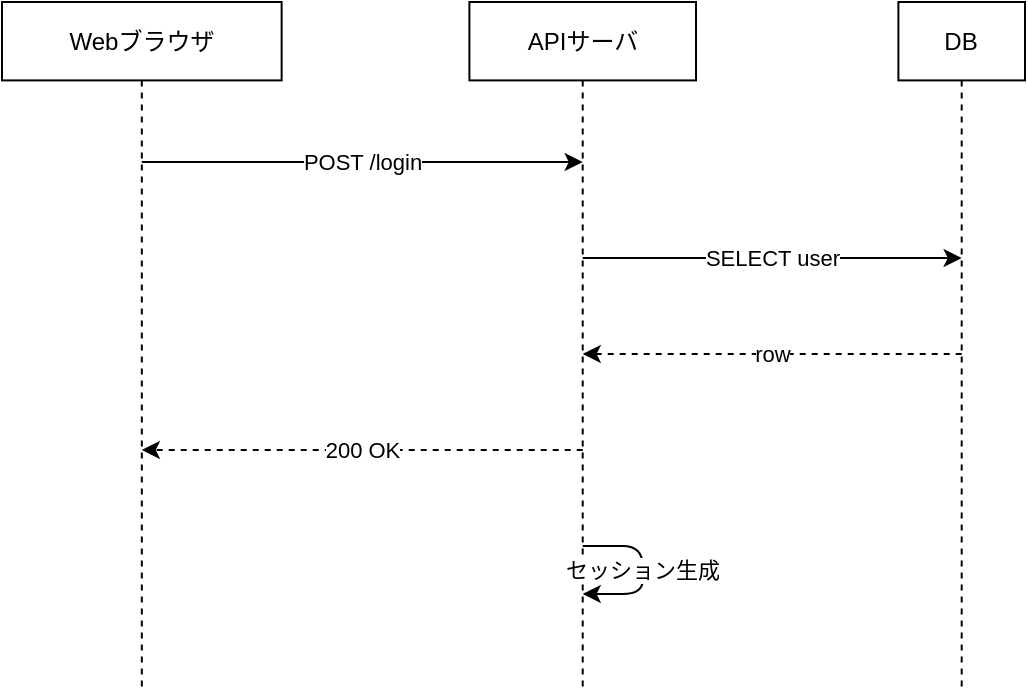
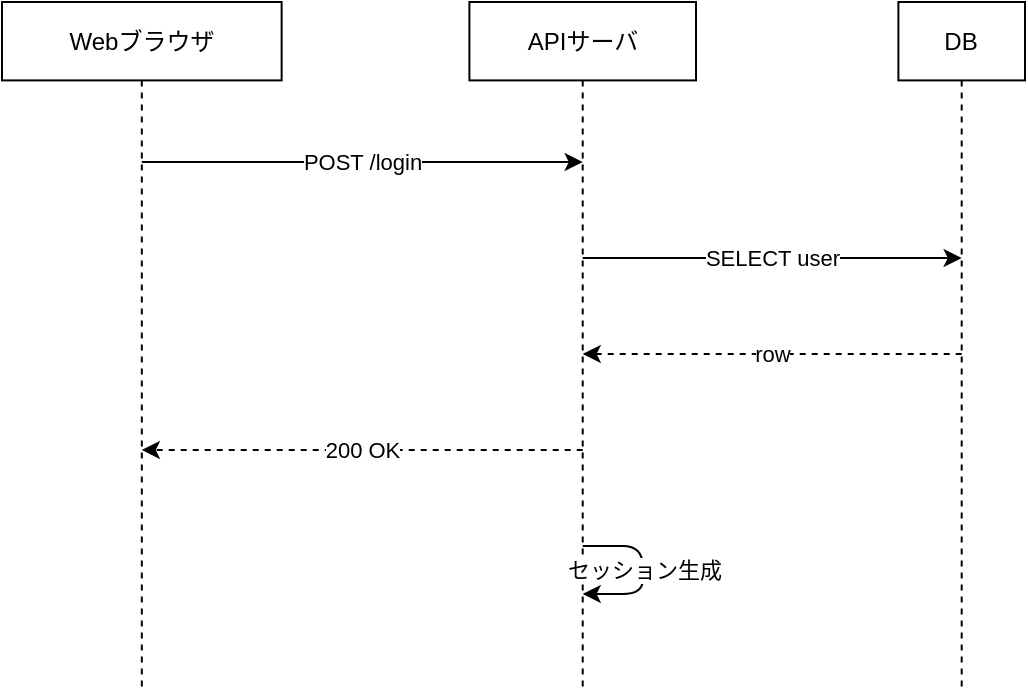
<mxfile>
  <diagram id="kozue" name="Page-1">
    <mxGraphModel dx="1422" dy="762" grid="1" gridSize="10" guides="1" tooltips="1" connect="1" arrows="1" fold="1" page="1" pageScale="1" pageWidth="1169" pageHeight="827" math="0" shadow="0">
      <root>
        <mxCell id="0"/>
        <mxCell id="1" parent="0"/>
        <mxCell id="n0" value="Webブラウザ" style="shape=umlLifeline;perimeter=lifelinePerimeter;size=39.20;container=0;collapsible=0;whiteSpace=wrap;html=1;" vertex="1" parent="1">
          <mxGeometry x="20.00" y="20.00" width="139.82" height="344.00" as="geometry"/>
        </mxCell>
        <mxCell id="n1" value="APIサーバ" style="shape=umlLifeline;perimeter=lifelinePerimeter;size=39.20;container=0;collapsible=0;whiteSpace=wrap;html=1;" vertex="1" parent="1">
          <mxGeometry x="253.70" y="20.00" width="113.31" height="344.00" as="geometry"/>
        </mxCell>
        <mxCell id="n2" value="DB" style="shape=umlLifeline;perimeter=lifelinePerimeter;size=39.20;container=0;collapsible=0;whiteSpace=wrap;html=1;" vertex="1" parent="1">
          <mxGeometry x="468.20" y="20.00" width="63.30" height="344.00" as="geometry"/>
        </mxCell>
        <mxCell id="e0" value="POST /login" style="edgeStyle=none;html=1;exitX=0.5;exitY=0.232558;exitDx=0;exitDy=0;exitPerimeter=0;entryX=0.5;entryY=0.232558;entryDx=0;entryDy=0;entryPerimeter=0;" edge="1" source="n0" target="n1" parent="1">
          <mxGeometry relative="1" as="geometry"/>
        </mxCell>
        <mxCell id="e1" value="SELECT user" style="edgeStyle=none;html=1;exitX=0.5;exitY=0.372093;exitDx=0;exitDy=0;exitPerimeter=0;entryX=0.5;entryY=0.372093;entryDx=0;entryDy=0;entryPerimeter=0;" edge="1" source="n1" target="n2" parent="1">
          <mxGeometry relative="1" as="geometry"/>
        </mxCell>
        <mxCell id="e2" value="row" style="edgeStyle=none;html=1;dashed=1;exitX=0.5;exitY=0.511628;exitDx=0;exitDy=0;exitPerimeter=0;entryX=0.5;entryY=0.511628;entryDx=0;entryDy=0;entryPerimeter=0;" edge="1" source="n2" target="n1" parent="1">
          <mxGeometry relative="1" as="geometry"/>
        </mxCell>
        <mxCell id="e3" value="200 OK" style="edgeStyle=none;html=1;dashed=1;exitX=0.5;exitY=0.651163;exitDx=0;exitDy=0;exitPerimeter=0;entryX=0.5;entryY=0.651163;entryDx=0;entryDy=0;entryPerimeter=0;" edge="1" source="n1" target="n0" parent="1">
          <mxGeometry relative="1" as="geometry"/>
        </mxCell>
-         <mxCell id="e4" value="セッション生成" style="edgeStyle=none;html=1;exitX=0.5;exitY=0.790698;exitDx=0;exitDy=0;exitPerimeter=0;entryX=0.5;entryY=0.860465;entryDx=0;entryDy=0;entryPerimeter=0;" edge="1" source="n1" target="n1" parent="1">
+         <mxCell id="e4" value="" style="edgeStyle=none;html=1;exitX=0.5;exitY=0.790698;exitDx=0;exitDy=0;exitPerimeter=0;entryX=0.5;entryY=0.860465;entryDx=0;entryDy=0;entryPerimeter=0;" edge="1" source="n1" target="n1" parent="1">
          <mxGeometry relative="1" as="geometry">
            <Array as="points">
              <mxPoint x="340.36" y="292.00"/>
              <mxPoint x="340.36" y="316.00"/>
            </Array>
          </mxGeometry>
        </mxCell>
+         <mxCell id="e4_label" value="セッション生成" style="edgeLabel;html=1;align=center;verticalAlign=middle;" vertex="1" connectable="0" parent="e4">
+           <mxGeometry relative="1" as="geometry">
+             <mxPoint as="offset"/>
+           </mxGeometry>
+         </mxCell>
      </root>
    </mxGraphModel>
  </diagram>
</mxfile>
